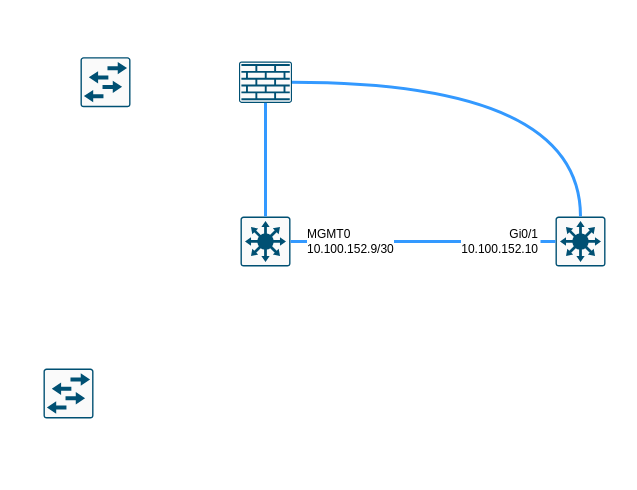
iskerwin/draw keeps this draw.io diagram as 恒大智慧小区.drawio. Above is the earlier version. Source tidied: cells renumbered, new cells numbered last; positions are measured from the earlier drawing's top-left corner, leaving out a move shared by most shapes. Both pictures are drawn from the tidied source at 100%, with x=0, y=0 at pixel (43, 57).
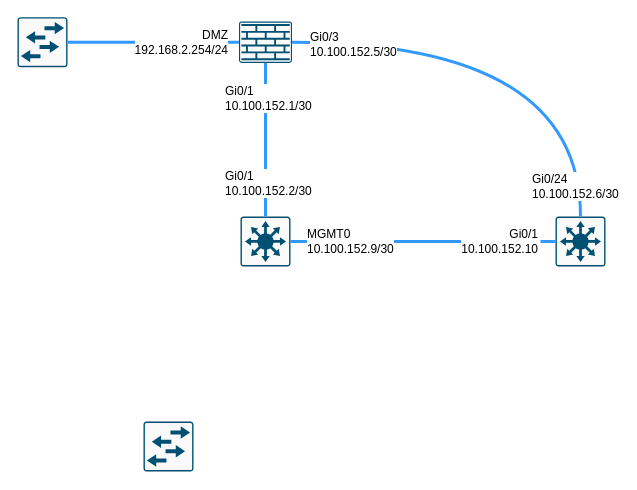
The same diagram, later.

Commit message (it also covers changes not shown here):
更新恒大智慧小区.drawio

Diff of the diagram source:
```diff
@@
 <mxGraphModel>
   <root>
     <mxCell id="0" />
     <mxCell id="1" parent="0" />
     <mxCell id="2" style="sketch=0;points=[[0.015,0.015,0],[0.985,0.015,0],[0.985,0.985,0],[0.015,0.985,0],[0.25,0,0],[0.5,0,0],[0.75,0,0],[1,0.25,0],[1,0.5,0],[1,0.75,0],[0.75,1,0],[0.5,1,0],[0.25,1,0],[0,0.75,0],[0,0.5,0],[0,0.25,0]];verticalLabelPosition=bottom;html=1;verticalAlign=top;align=center;shape=mxgraph.cisco19.rect;prIcon=l3_switch;fillColor=#FAFAFA;strokeColor=#005073;" parent="1" vertex="1">
       <mxGeometry x="197" y="159" width="50" height="50" as="geometry" />
     </mxCell>
     <mxCell id="3" style="sketch=0;points=[[0.015,0.015,0],[0.985,0.015,0],[0.985,0.985,0],[0.015,0.985,0],[0.25,0,0],[0.5,0,0],[0.75,0,0],[1,0.25,0],[1,0.5,0],[1,0.75,0],[0.75,1,0],[0.5,1,0],[0.25,1,0],[0,0.75,0],[0,0.5,0],[0,0.25,0]];verticalLabelPosition=bottom;html=1;verticalAlign=top;align=center;shape=mxgraph.cisco19.rect;prIcon=l3_switch;fillColor=#FAFAFA;strokeColor=#005073;" parent="1" vertex="1">
       <mxGeometry x="512" y="159" width="50" height="50" as="geometry" />
     </mxCell>
     <mxCell id="4" style="sketch=0;points=[[0.015,0.015,0],[0.985,0.015,0],[0.985,0.985,0],[0.015,0.985,0],[0.25,0,0],[0.5,0,0],[0.75,0,0],[1,0.25,0],[1,0.5,0],[1,0.75,0],[0.75,1,0],[0.5,1,0],[0.25,1,0],[0,0.75,0],[0,0.5,0],[0,0.25,0]];verticalLabelPosition=bottom;html=1;verticalAlign=top;align=center;shape=mxgraph.cisco19.rect;prIcon=firewall;fillColor=#FAFAFA;strokeColor=#005073;" parent="1" vertex="1">
-      <mxGeometry x="195.5" y="4" width="53" height="41.4" as="geometry" />
+      <mxGeometry x="195.5" y="-36" width="53" height="41.4" as="geometry" />
     </mxCell>
     <mxCell id="5" style="sketch=0;points=[[0.015,0.015,0],[0.985,0.015,0],[0.985,0.985,0],[0.015,0.985,0],[0.25,0,0],[0.5,0,0],[0.75,0,0],[1,0.25,0],[1,0.5,0],[1,0.75,0],[0.75,1,0],[0.5,1,0],[0.25,1,0],[0,0.75,0],[0,0.5,0],[0,0.25,0]];verticalLabelPosition=bottom;html=1;verticalAlign=top;align=center;shape=mxgraph.cisco19.rect;prIcon=workgroup_switch;fillColor=#FAFAFA;strokeColor=#005073;" parent="1" vertex="1">
-      <mxGeometry x="37" y="-0.3" width="50" height="50" as="geometry" />
+      <mxGeometry x="-26" y="-40.3" width="50" height="50" as="geometry" />
     </mxCell>
     <mxCell id="6" style="sketch=0;verticalLabelPosition=bottom;html=1;verticalAlign=top;align=center;shape=mxgraph.cisco19.rect;prIcon=workgroup_switch;fillColor=#FAFAFA;strokeColor=#005073;" parent="1" vertex="1">
-      <mxGeometry y="311" width="50" height="50" as="geometry" />
+      <mxGeometry x="100" y="364" width="50" height="50" as="geometry" />
     </mxCell>
     <mxCell id="7" style="edgeStyle=orthogonalEdgeStyle;curved=1;rounded=0;jettySize=auto;html=1;exitX=0.5;exitY=1;exitDx=0;exitDy=0;exitPerimeter=0;entryX=0.5;entryY=0;entryDx=0;entryDy=0;entryPerimeter=0;fontSize=12;startSize=8;endSize=8;endArrow=none;endFill=0;strokeColor=#3399FF;strokeWidth=3;" parent="1" edge="1" source="4" target="2">
       <mxGeometry relative="1" as="geometry" />
     </mxCell>
     <mxCell id="8" style="edgeStyle=none;shape=connector;curved=1;rounded=0;jettySize=auto;html=1;exitX=1;exitY=0.5;exitDx=0;exitDy=0;exitPerimeter=0;entryX=0;entryY=0.5;entryDx=0;entryDy=0;entryPerimeter=0;strokeColor=#3399FF;strokeWidth=3;align=center;verticalAlign=middle;fontFamily=Helvetica;fontSize=12;fontColor=default;labelBackgroundColor=default;startSize=8;endArrow=none;endFill=0;endSize=8;" parent="1" edge="1" source="11" target="3">
       <mxGeometry relative="1" as="geometry" />
     </mxCell>
     <mxCell id="9" style="edgeStyle=orthogonalEdgeStyle;shape=connector;curved=1;rounded=0;jettySize=auto;html=1;exitX=1;exitY=0.5;exitDx=0;exitDy=0;exitPerimeter=0;entryX=0.5;entryY=0;entryDx=0;entryDy=0;entryPerimeter=0;strokeColor=#3399FF;strokeWidth=3;align=center;verticalAlign=middle;fontFamily=Helvetica;fontSize=12;fontColor=default;labelBackgroundColor=default;startSize=8;endArrow=none;endFill=0;endSize=8;" parent="1" edge="1" source="4" target="3">
       <mxGeometry relative="1" as="geometry" />
     </mxCell>
     <mxCell id="10" style="edgeStyle=none;shape=connector;curved=1;rounded=0;jettySize=auto;html=1;exitX=1;exitY=0.5;exitDx=0;exitDy=0;exitPerimeter=0;entryX=0;entryY=0.5;entryDx=0;entryDy=0;entryPerimeter=0;strokeColor=#3399FF;strokeWidth=3;align=center;verticalAlign=middle;fontFamily=Helvetica;fontSize=12;fontColor=default;labelBackgroundColor=default;startSize=8;endArrow=none;endFill=0;endSize=8;" parent="1" edge="1" source="2" target="11">
       <mxGeometry relative="1" as="geometry" />
     </mxCell>
     <mxCell id="11" value="Gi0/1&lt;div&gt;10.100.152.10&lt;/div&gt;" style="text;html=1;align=right;verticalAlign=middle;whiteSpace=wrap;rounded=0;fontSize=12;fontFamily=Helvetica;fontColor=default;labelBackgroundColor=default;" parent="1" vertex="1">
       <mxGeometry x="437" y="169" width="60" height="30" as="geometry" />
     </mxCell>
     <mxCell id="12" value="MGMT0&lt;div&gt;10.100.152.9/30&lt;/div&gt;" style="text;html=1;align=left;verticalAlign=middle;whiteSpace=wrap;rounded=0;fontSize=12;fontFamily=Helvetica;fontColor=default;labelBackgroundColor=default;" parent="1" vertex="1">
       <mxGeometry x="262" y="169" width="85" height="30" as="geometry" />
     </mxCell>
+    <mxCell id="13" value="Gi0/1&lt;div&gt;10.100.152.2/30&lt;/div&gt;" style="text;html=1;align=left;verticalAlign=middle;whiteSpace=wrap;rounded=0;fontSize=12;fontFamily=Helvetica;fontColor=default;labelBackgroundColor=default;" parent="1" vertex="1">
+      <mxGeometry x="179.5" y="111" width="85" height="30" as="geometry" />
+    </mxCell>
+    <mxCell id="14" value="Gi0/1&lt;div&gt;10.100.152.1/30&lt;/div&gt;" style="text;html=1;align=left;verticalAlign=middle;whiteSpace=wrap;rounded=0;fontSize=12;fontFamily=Helvetica;fontColor=default;labelBackgroundColor=default;" parent="1" vertex="1">
+      <mxGeometry x="179.5" y="26" width="85" height="30" as="geometry" />
+    </mxCell>
+    <mxCell id="15" value="Gi0/3&lt;div&gt;10.100.152.5/30&lt;/div&gt;" style="text;html=1;align=left;verticalAlign=middle;whiteSpace=wrap;rounded=0;fontSize=12;fontFamily=Helvetica;fontColor=default;labelBackgroundColor=default;" parent="1" vertex="1">
+      <mxGeometry x="264.5" y="-28" width="85" height="30" as="geometry" />
+    </mxCell>
+    <mxCell id="16" value="Gi0/24&lt;div&gt;10.100.152.6/30&lt;/div&gt;" style="text;html=1;align=left;verticalAlign=middle;whiteSpace=wrap;rounded=0;fontSize=12;fontFamily=Helvetica;fontColor=default;labelBackgroundColor=default;" parent="1" vertex="1">
+      <mxGeometry x="487" y="114" width="85" height="30" as="geometry" />
+    </mxCell>
+    <mxCell id="17" style="edgeStyle=none;shape=connector;curved=1;rounded=0;jettySize=auto;html=1;exitX=1;exitY=0.5;exitDx=0;exitDy=0;exitPerimeter=0;entryX=0;entryY=0.5;entryDx=0;entryDy=0;entryPerimeter=0;strokeColor=#3399FF;strokeWidth=3;align=center;verticalAlign=middle;fontFamily=Helvetica;fontSize=12;fontColor=default;labelBackgroundColor=default;startSize=8;endArrow=none;endFill=0;endSize=8;" parent="1" edge="1" source="5" target="4">
+      <mxGeometry relative="1" as="geometry" />
+    </mxCell>
+    <mxCell id="18" value="DMZ&lt;br&gt;&lt;div&gt;192.168.2.254/24&lt;/div&gt;" style="text;html=1;align=right;verticalAlign=middle;whiteSpace=wrap;rounded=0;fontSize=12;fontFamily=Helvetica;fontColor=default;labelBackgroundColor=default;" parent="1" vertex="1">
+      <mxGeometry x="76" y="-30.3" width="111" height="30" as="geometry" />
+    </mxCell>
   </root>
 </mxGraphModel>
```
